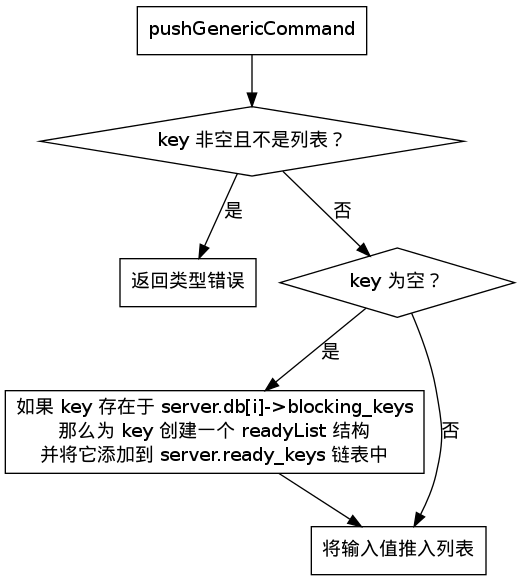
Earlier version of the Graphviz export datatype/image/push_generic_command.png (huangzworks/redisbook). Its source is kept beside it as datatype/image/push_generic_command.dot.
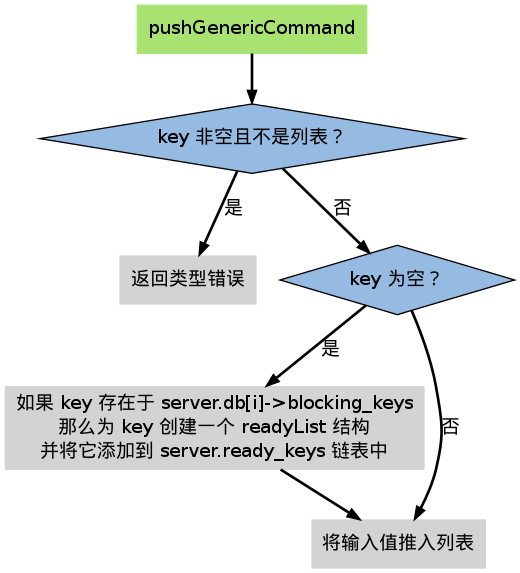
After the change.

The edit, as a diff of the source:
```diff
@@ -1,6 +1,8 @@
 digraph push_generic_command {
 
-    node [shape = record];
+    node [shape = plaintext, style = filled];
+
+    edge [style = bold];
 
     /*
     lpush [label = "LPUSH key value [value ...]"];
@@ -8,13 +10,13 @@
     linsert [label = "LINSERT key BEFORE\|AFTER pivot value"];
     */
 
-    pushGenericCommand [label = "pushGenericCommand"];
+    pushGenericCommand [label = "pushGenericCommand", fillcolor = "#A8E270"];
 
-    key_wrong_type_or_not [label = "key 非空且不是列表？", shape = diamond];
+    key_wrong_type_or_not [label = "key 非空且不是列表？", shape = diamond, fillcolor = "#95BBE3"];
 
     return_wrong_type_error [label = "返回类型错误"];
 
-    key_empty_or_not [label = "key 为空？", shape = diamond];
+    key_empty_or_not [label = "key 为空？", shape = diamond, fillcolor = "#95BBE3"];
 
 
     add_key_to_ready_list_if_need [label = "如果 key 存在于 server.db[i]-\>blocking_keys\n那么为 key 创建一个 readyList 结构\n并将它添加到 server.ready_keys 链表中"];
```
